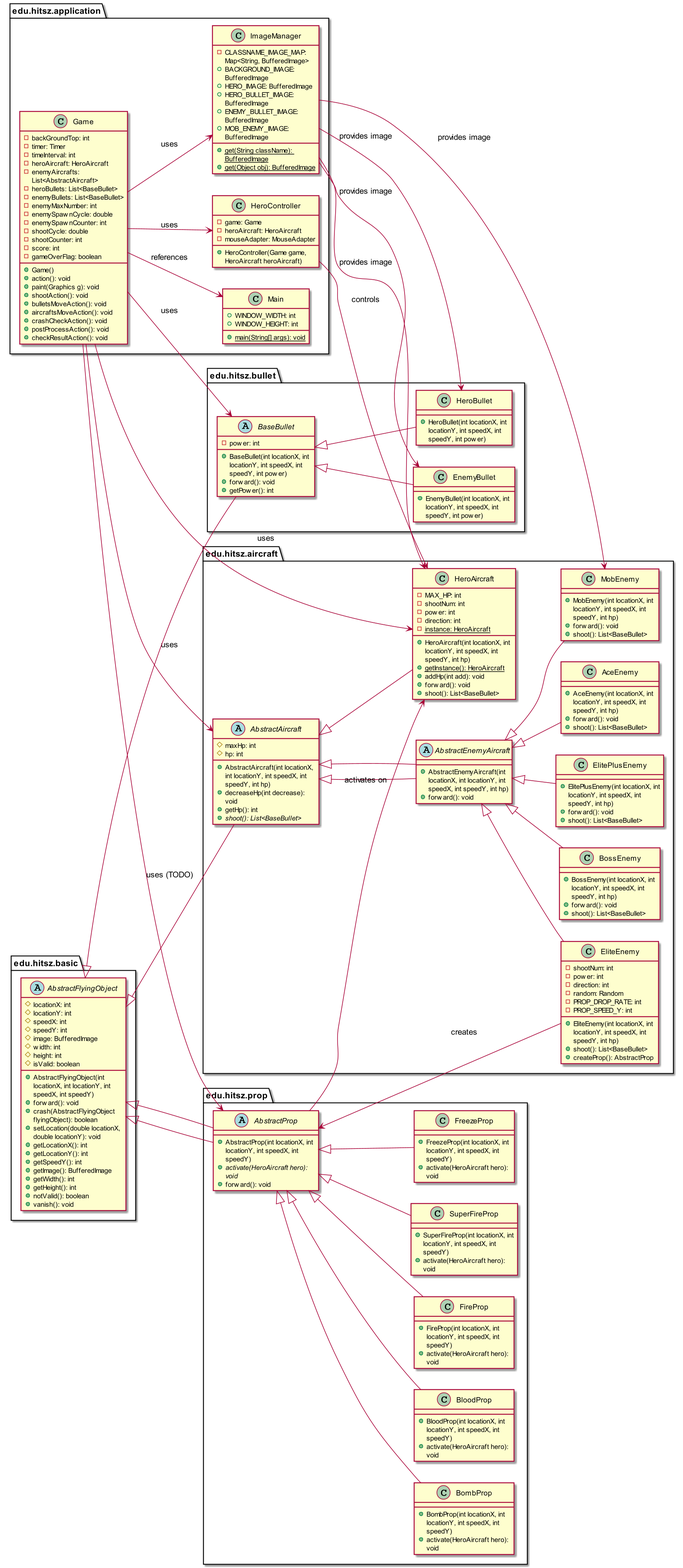
The PlantUML diagram out/uml/AircraftWar/AircraftWar.png in LikLiiik/AircraftWar-base1.0, before a commit. Its diagram source:
```plantuml
@startuml
left to right direction
skinparam dpi 150
skinparam defaultTextAlignment center
skinparam wrapWidth 150

package edu.hitsz.basic {
    abstract class AbstractFlyingObject {
        # locationX: int
        # locationY: int
        # speedX: int
        # speedY: int
        # image: BufferedImage
        # width: int
        # height: int
        # isValid: boolean

        + AbstractFlyingObject(int locationX, int locationY, int speedX, int speedY)
        + forward(): void
        + crash(AbstractFlyingObject flyingObject): boolean
        + setLocation(double locationX, double locationY): void
        + getLocationX(): int
        + getLocationY(): int
        + getSpeedY(): int
        + getImage(): BufferedImage
        + getWidth(): int
        + getHeight(): int
        + notValid(): boolean
        + vanish(): void
    }
}

package edu.hitsz.aircraft {
    abstract class AbstractAircraft {
        # maxHp: int
        # hp: int

        + AbstractAircraft(int locationX, int locationY, int speedX, int speedY, int hp)
        + decreaseHp(int decrease): void
        + getHp(): int
        + {abstract} shoot(): List<BaseBullet>
    }

    abstract class AbstractEnemyAircraft extends AbstractAircraft {
        + AbstractEnemyAircraft(int locationX, int locationY, int speedX, int speedY, int hp)
        + forward(): void
    }

    class HeroAircraft {
        - MAX_HP: int
        - shootNum: int
        - power: int
        - direction: int
        - {static} instance: HeroAircraft

        + HeroAircraft(int locationX, int locationY, int speedX, int speedY, int hp)
        + {static} getInstance(): HeroAircraft
        + addHp(int add): void
        + forward(): void
        + shoot(): List<BaseBullet>
    }

    class MobEnemy {
        + MobEnemy(int locationX, int locationY, int speedX, int speedY, int hp)
        + forward(): void
        + shoot(): List<BaseBullet>
    }

    class EliteEnemy {
        - shootNum: int
        - power: int
        - direction: int
        - random: Random
        - PROP_DROP_RATE: int
        - PROP_SPEED_Y: int

        + EliteEnemy(int locationX, int locationY, int speedX, int speedY, int hp)
        + shoot(): List<BaseBullet>
        + createProp(): AbstractProp
    }

    class ElitePlusEnemy {
        + ElitePlusEnemy(int locationX, int locationY, int speedX, int speedY, int hp)
        + forward(): void
        + shoot(): List<BaseBullet>
    }

    class AceEnemy {
        + AceEnemy(int locationX, int locationY, int speedX, int speedY, int hp)
        + forward(): void
        + shoot(): List<BaseBullet>
    }

    class BossEnemy {
        + BossEnemy(int locationX, int locationY, int speedX, int speedY, int hp)
        + forward(): void
        + shoot(): List<BaseBullet>
    }

    AbstractAircraft <|-- HeroAircraft
    AbstractAircraft <|-- AbstractEnemyAircraft
    AbstractEnemyAircraft <|-- MobEnemy
    AbstractEnemyAircraft <|-- EliteEnemy
    AbstractEnemyAircraft <|-- ElitePlusEnemy
    AbstractEnemyAircraft <|-- AceEnemy
    AbstractEnemyAircraft <|-- BossEnemy
}

package edu.hitsz.bullet {
    abstract class BaseBullet {
        - power: int

        + BaseBullet(int locationX, int locationY, int speedX, int speedY, int power)
        + forward(): void
        + getPower(): int
    }

    class HeroBullet {
        + HeroBullet(int locationX, int locationY, int speedX, int speedY, int power)
    }

    class EnemyBullet {
        + EnemyBullet(int locationX, int locationY, int speedX, int speedY, int power)
    }

    BaseBullet <|-- HeroBullet
    BaseBullet <|-- EnemyBullet
}

package edu.hitsz.prop {
    abstract class AbstractProp extends AbstractFlyingObject {
        + AbstractProp(int locationX, int locationY, int speedX, int speedY)
        + {abstract} activate(HeroAircraft hero): void
        + forward(): void
    }

    class BloodProp {
        + BloodProp(int locationX, int locationY, int speedX, int speedY)
        + activate(HeroAircraft hero): void
    }

    class FireProp {
        + FireProp(int locationX, int locationY, int speedX, int speedY)
        + activate(HeroAircraft hero): void
    }

    class SuperFireProp {
        + SuperFireProp(int locationX, int locationY, int speedX, int speedY)
        + activate(HeroAircraft hero): void
    }

    class FreezeProp {
        + FreezeProp(int locationX, int locationY, int speedX, int speedY)
        + activate(HeroAircraft hero): void
    }

    class BombProp {
        + BombProp(int locationX, int locationY, int speedX, int speedY)
        + activate(HeroAircraft hero): void
    }

    AbstractProp <|-- BloodProp
    AbstractProp <|-- FireProp
    AbstractProp <|-- SuperFireProp
    AbstractProp <|-- FreezeProp
    AbstractProp <|-- BombProp
}

package edu.hitsz.application {
    class ImageManager {
        - CLASSNAME_IMAGE_MAP: Map<String, BufferedImage>
        + BACKGROUND_IMAGE: BufferedImage
        + HERO_IMAGE: BufferedImage
        + HERO_BULLET_IMAGE: BufferedImage
        + ENEMY_BULLET_IMAGE: BufferedImage
        + MOB_ENEMY_IMAGE: BufferedImage

        + {static} get(String className): BufferedImage
        + {static} get(Object obj): BufferedImage
    }

    class HeroController {
        - game: Game
        - heroAircraft: HeroAircraft
        - mouseAdapter: MouseAdapter

        + HeroController(Game game, HeroAircraft heroAircraft)
    }

    class Game {
        - backGroundTop: int
        - timer: Timer
        - timeInterval: int
        - heroAircraft: HeroAircraft
        - enemyAircrafts: List<AbstractAircraft>
        - heroBullets: List<BaseBullet>
        - enemyBullets: List<BaseBullet>
        - enemyMaxNumber: int
        - enemySpawnCycle: double
        - enemySpawnCounter: int
        - shootCycle: double
        - shootCounter: int
        - score: int
        - gameOverFlag: boolean

        + Game()
        + action(): void
        + paint(Graphics g): void
        + shootAction(): void
        + bulletsMoveAction(): void
        + aircraftsMoveAction(): void
        + crashCheckAction(): void
        + postProcessAction(): void
        + checkResultAction(): void
    }

    class Main {
        + WINDOW_WIDTH: int
        + WINDOW_HEIGHT: int
        + {static} main(String[] args): void
    }

    Game --> HeroAircraft : uses
    Game --> AbstractAircraft : uses
    Game --> BaseBullet : uses
    Game --> HeroController : uses
    Game --> ImageManager : uses
    HeroController --> HeroAircraft : controls
    Game --> Main : references
    ImageManager --> HeroAircraft : provides image
    ImageManager --> MobEnemy : provides image
    ImageManager --> HeroBullet : provides image
    ImageManager --> EnemyBullet : provides image
    Game --> AbstractProp : uses (TODO)
    AbstractProp --> HeroAircraft : activates on
    EliteEnemy --> AbstractProp : creates
}

AbstractFlyingObject <|-- AbstractAircraft
AbstractFlyingObject <|-- BaseBullet
AbstractFlyingObject <|-- AbstractProp

@enduml
```
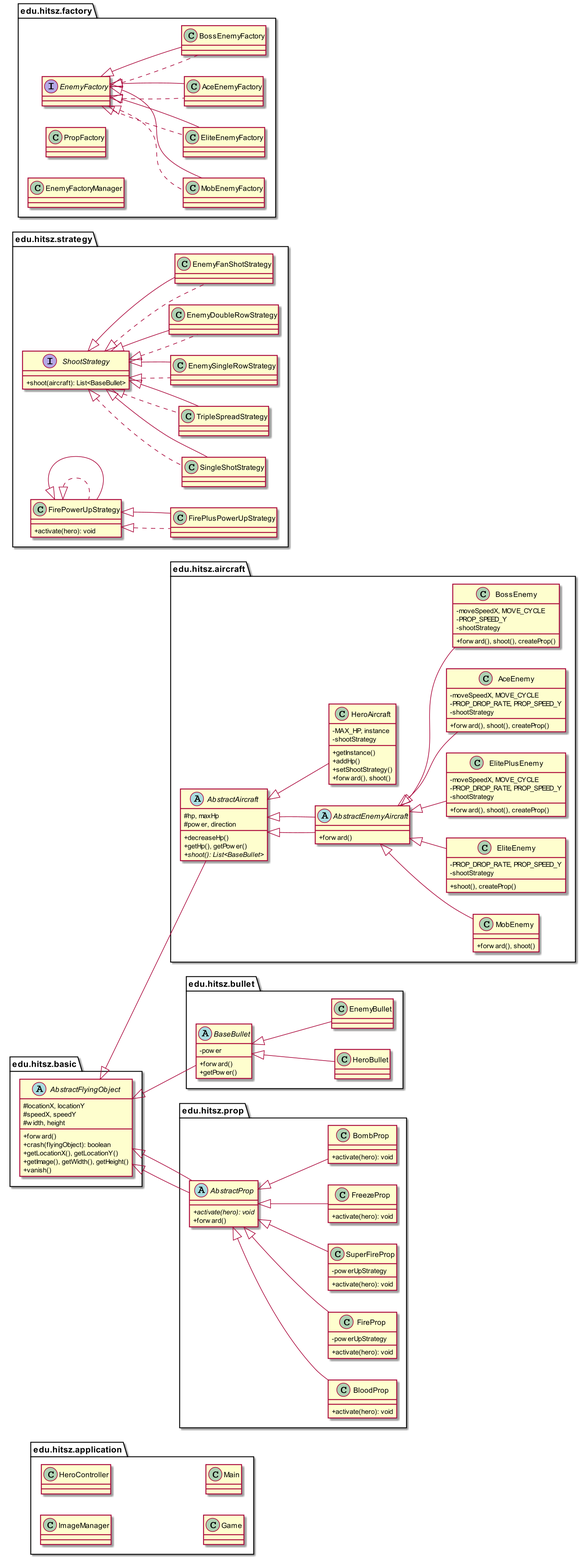
The same file after the commit.

Diff of the diagram source:
```diff
@@ -2,126 +2,101 @@
 left to right direction
 skinparam dpi 150
 skinparam defaultTextAlignment center
-skinparam wrapWidth 150
+skinparam wrapWidth 250
+skinparam classAttributeIconSize 0
 
 package edu.hitsz.basic {
     abstract class AbstractFlyingObject {
-        # locationX: int
-        # locationY: int
-        # speedX: int
-        # speedY: int
-        # image: BufferedImage
-        # width: int
-        # height: int
-        # isValid: boolean
+        # locationX, locationY
+        # speedX, speedY
+        # width, height
 
-        + AbstractFlyingObject(int locationX, int locationY, int speedX, int speedY)
-        + forward(): void
-        + crash(AbstractFlyingObject flyingObject): boolean
-        + setLocation(double locationX, double locationY): void
-        + getLocationX(): int
-        + getLocationY(): int
-        + getSpeedY(): int
-        + getImage(): BufferedImage
-        + getWidth(): int
-        + getHeight(): int
-        + notValid(): boolean
-        + vanish(): void
+        + forward()
+        + crash(flyingObject): boolean
+        + getLocationX(), getLocationY()
+        + getImage(), getWidth(), getHeight()
+        + vanish()
     }
 }
 
 package edu.hitsz.aircraft {
     abstract class AbstractAircraft {
-        # maxHp: int
-        # hp: int
+        # hp, maxHp
+        # power, direction
 
-        + AbstractAircraft(int locationX, int locationY, int speedX, int speedY, int hp)
-        + decreaseHp(int decrease): void
-        + getHp(): int
+        + decreaseHp()
+        + getHp(), getPower()
         + {abstract} shoot(): List<BaseBullet>
     }
 
     abstract class AbstractEnemyAircraft extends AbstractAircraft {
-        + AbstractEnemyAircraft(int locationX, int locationY, int speedX, int speedY, int hp)
-        + forward(): void
+        + forward()
     }
 
     class HeroAircraft {
-        - MAX_HP: int
-        - shootNum: int
-        - power: int
-        - direction: int
-        - {static} instance: HeroAircraft
+        - MAX_HP, instance
+        - shootStrategy
 
-        + HeroAircraft(int locationX, int locationY, int speedX, int speedY, int hp)
-        + {static} getInstance(): HeroAircraft
-        + addHp(int add): void
-        + forward(): void
-        + shoot(): List<BaseBullet>
+        + getInstance()
+        + addHp()
+        + setShootStrategy()
+        + forward(), shoot()
     }
 
     class MobEnemy {
-        + MobEnemy(int locationX, int locationY, int speedX, int speedY, int hp)
-        + forward(): void
-        + shoot(): List<BaseBullet>
+        + forward(), shoot()
     }
 
     class EliteEnemy {
-        - shootNum: int
-        - power: int
-        - direction: int
-        - random: Random
-        - PROP_DROP_RATE: int
-        - PROP_SPEED_Y: int
+        - PROP_DROP_RATE, PROP_SPEED_Y
+        - shootStrategy
 
-        + EliteEnemy(int locationX, int locationY, int speedX, int speedY, int hp)
-        + shoot(): List<BaseBullet>
-        + createProp(): AbstractProp
+        + shoot(), createProp()
     }
 
     class ElitePlusEnemy {
-        + ElitePlusEnemy(int locationX, int locationY, int speedX, int speedY, int hp)
-        + forward(): void
-        + shoot(): List<BaseBullet>
+        - moveSpeedX, MOVE_CYCLE
+        - PROP_DROP_RATE, PROP_SPEED_Y
+        - shootStrategy
+
+        + forward(), shoot(), createProp()
     }
 
     class AceEnemy {
-        + AceEnemy(int locationX, int locationY, int speedX, int speedY, int hp)
-        + forward(): void
-        + shoot(): List<BaseBullet>
+        - moveSpeedX, MOVE_CYCLE
+        - PROP_DROP_RATE, PROP_SPEED_Y
+        - shootStrategy
+
+        + forward(), shoot(), createProp()
     }
 
     class BossEnemy {
-        + BossEnemy(int locationX, int locationY, int speedX, int speedY, int hp)
-        + forward(): void
-        + shoot(): List<BaseBullet>
+        - moveSpeedX, MOVE_CYCLE
+        - PROP_SPEED_Y
+        - shootStrategy
+
+        + forward(), shoot(), createProp()
     }
 
-    AbstractAircraft <|-- HeroAircraft
     AbstractAircraft <|-- AbstractEnemyAircraft
     AbstractEnemyAircraft <|-- MobEnemy
     AbstractEnemyAircraft <|-- EliteEnemy
     AbstractEnemyAircraft <|-- ElitePlusEnemy
     AbstractEnemyAircraft <|-- AceEnemy
     AbstractEnemyAircraft <|-- BossEnemy
+    AbstractAircraft <|-- HeroAircraft
 }
 
 package edu.hitsz.bullet {
     abstract class BaseBullet {
-        - power: int
+        - power
 
-        + BaseBullet(int locationX, int locationY, int speedX, int speedY, int power)
-        + forward(): void
-        + getPower(): int
+        + forward()
+        + getPower()
     }
 
-    class HeroBullet {
-        + HeroBullet(int locationX, int locationY, int speedX, int speedY, int power)
-    }
-
-    class EnemyBullet {
-        + EnemyBullet(int locationX, int locationY, int speedX, int speedY, int power)
-    }
+    class HeroBullet
+    class EnemyBullet
 
     BaseBullet <|-- HeroBullet
     BaseBullet <|-- EnemyBullet
@@ -129,34 +104,30 @@
 
 package edu.hitsz.prop {
     abstract class AbstractProp extends AbstractFlyingObject {
-        + AbstractProp(int locationX, int locationY, int speedX, int speedY)
-        + {abstract} activate(HeroAircraft hero): void
-        + forward(): void
+        + {abstract} activate(hero): void
+        + forward()
     }
 
     class BloodProp {
-        + BloodProp(int locationX, int locationY, int speedX, int speedY)
-        + activate(HeroAircraft hero): void
+        + activate(hero): void
     }
 
     class FireProp {
-        + FireProp(int locationX, int locationY, int speedX, int speedY)
-        + activate(HeroAircraft hero): void
+        - powerUpStrategy
+        + activate(hero): void
     }
 
     class SuperFireProp {
-        + SuperFireProp(int locationX, int locationY, int speedX, int speedY)
-        + activate(HeroAircraft hero): void
+        - powerUpStrategy
+        + activate(hero): void
     }
 
     class FreezeProp {
-        + FreezeProp(int locationX, int locationY, int speedX, int speedY)
-        + activate(HeroAircraft hero): void
+        + activate(hero): void
     }
 
     class BombProp {
-        + BombProp(int locationX, int locationY, int speedX, int speedY)
-        + activate(HeroAircraft hero): void
+        + activate(hero): void
     }
 
     AbstractProp <|-- BloodProp
@@ -166,74 +137,53 @@
     AbstractProp <|-- BombProp
 }
 
-package edu.hitsz.application {
-    class ImageManager {
-        - CLASSNAME_IMAGE_MAP: Map<String, BufferedImage>
-        + BACKGROUND_IMAGE: BufferedImage
-        + HERO_IMAGE: BufferedImage
-        + HERO_BULLET_IMAGE: BufferedImage
-        + ENEMY_BULLET_IMAGE: BufferedImage
-        + MOB_ENEMY_IMAGE: BufferedImage
-
-        + {static} get(String className): BufferedImage
-        + {static} get(Object obj): BufferedImage
+package edu.hitsz.strategy {
+    interface ShootStrategy {
+        + shoot(aircraft): List<BaseBullet>
     }
 
-    class HeroController {
-        - game: Game
-        - heroAircraft: HeroAircraft
-        - mouseAdapter: MouseAdapter
+    class SingleShotStrategy implements ShootStrategy
+    class TripleSpreadStrategy implements ShootStrategy
+    class EnemySingleRowStrategy implements ShootStrategy
+    class EnemyDoubleRowStrategy implements ShootStrategy
+    class EnemyFanShotStrategy implements ShootStrategy
 
-        + HeroController(Game game, HeroAircraft heroAircraft)
+    interface FirePowerUpStrategy {
+        + activate(hero): void
     }
 
-    class Game {
-        - backGroundTop: int
-        - timer: Timer
-        - timeInterval: int
-        - heroAircraft: HeroAircraft
-        - enemyAircrafts: List<AbstractAircraft>
-        - heroBullets: List<BaseBullet>
-        - enemyBullets: List<BaseBullet>
-        - enemyMaxNumber: int
-        - enemySpawnCycle: double
-        - enemySpawnCounter: int
-        - shootCycle: double
-        - shootCounter: int
-        - score: int
-        - gameOverFlag: boolean
+    class FirePowerUpStrategy implements FirePowerUpStrategy
+    class FirePlusPowerUpStrategy implements FirePowerUpStrategy
 
-        + Game()
-        + action(): void
-        + paint(Graphics g): void
-        + shootAction(): void
-        + bulletsMoveAction(): void
-        + aircraftsMoveAction(): void
-        + crashCheckAction(): void
-        + postProcessAction(): void
-        + checkResultAction(): void
-    }
+    ShootStrategy <|-- SingleShotStrategy
+    ShootStrategy <|-- TripleSpreadStrategy
+    ShootStrategy <|-- EnemySingleRowStrategy
+    ShootStrategy <|-- EnemyDoubleRowStrategy
+    ShootStrategy <|-- EnemyFanShotStrategy
+    FirePowerUpStrategy <|-- FirePowerUpStrategy
+    FirePowerUpStrategy <|-- FirePlusPowerUpStrategy
+}
 
-    class Main {
-        + WINDOW_WIDTH: int
-        + WINDOW_HEIGHT: int
-        + {static} main(String[] args): void
-    }
+package edu.hitsz.factory {
+    interface EnemyFactory
+    class PropFactory
+    class EnemyFactoryManager
+    class MobEnemyFactory implements EnemyFactory
+    class EliteEnemyFactory implements EnemyFactory
+    class AceEnemyFactory implements EnemyFactory
+    class BossEnemyFactory implements EnemyFactory
 
-    Game --> HeroAircraft : uses
-    Game --> AbstractAircraft : uses
-    Game --> BaseBullet : uses
-    Game --> HeroController : uses
-    Game --> ImageManager : uses
-    HeroController --> HeroAircraft : controls
-    Game --> Main : references
-    ImageManager --> HeroAircraft : provides image
-    ImageManager --> MobEnemy : provides image
-    ImageManager --> HeroBullet : provides image
-    ImageManager --> EnemyBullet : provides image
-    Game --> AbstractProp : uses (TODO)
-    AbstractProp --> HeroAircraft : activates on
-    EliteEnemy --> AbstractProp : creates
+    EnemyFactory <|-- MobEnemyFactory
+    EnemyFactory <|-- EliteEnemyFactory
+    EnemyFactory <|-- AceEnemyFactory
+    EnemyFactory <|-- BossEnemyFactory
+}
+
+package edu.hitsz.application {
+    class ImageManager
+    class HeroController
+    class Game
+    class Main
 }
 
 AbstractFlyingObject <|-- AbstractAircraft
```
